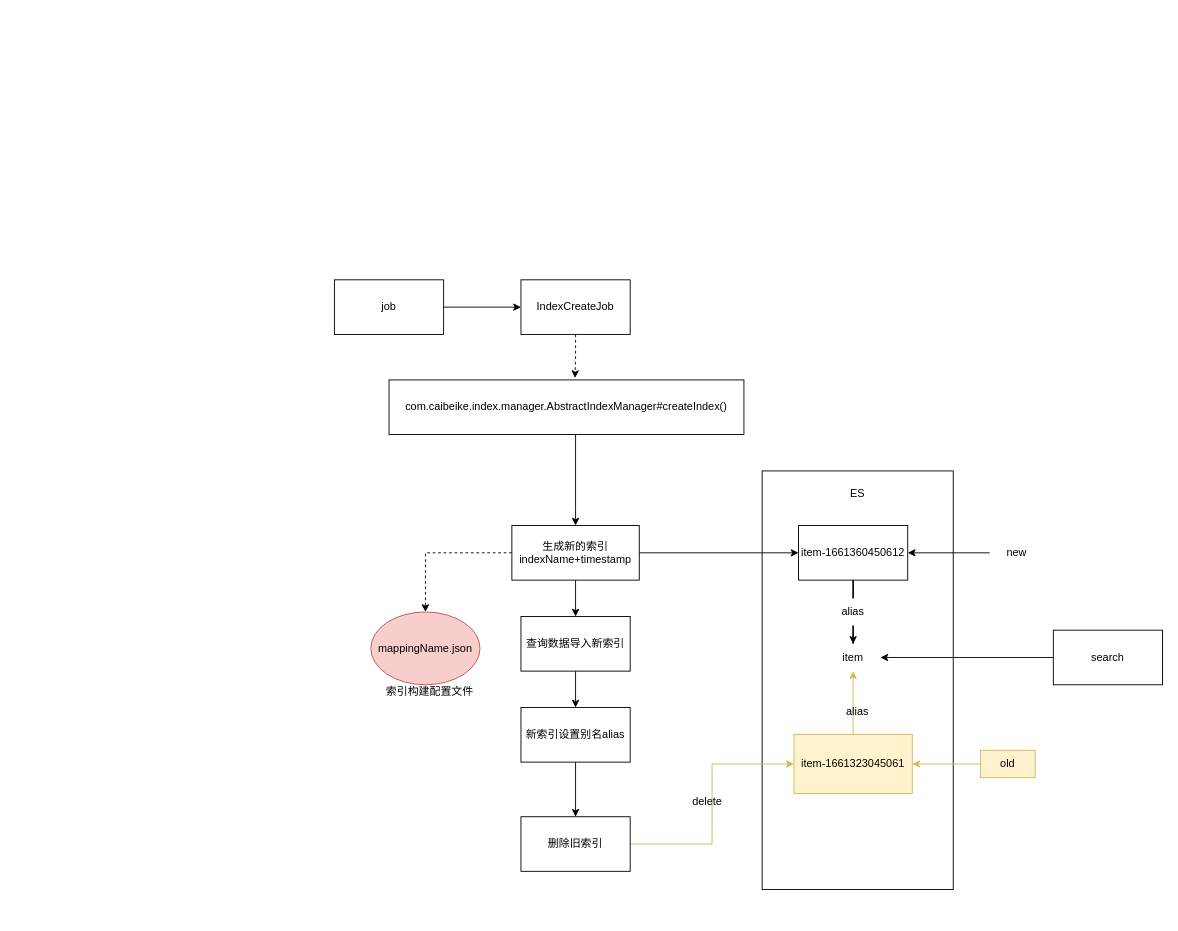
Above: drawio/caibeike/彩贝壳ES索引定时全量更新流程.drawio in JAi-Li/document (draw.io), before the change. Source tidied: cells renumbered, new cells numbered last; positions are measured from the earlier drawing's top-left corner, leaving out a move shared by most shapes. Both pictures are drawn from the tidied source at 91%, with x=0, y=0 at pixel (334, 279).
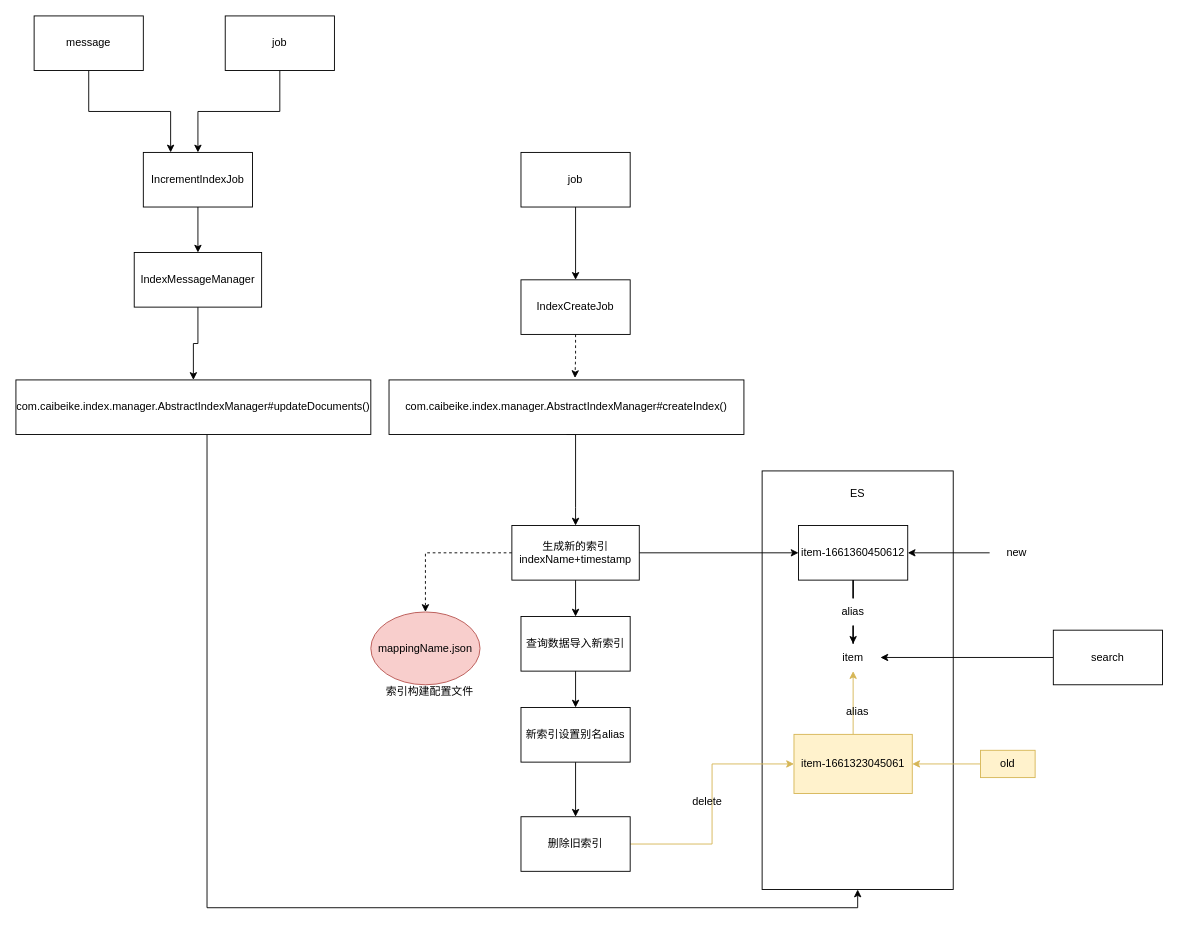
Above is the later version.

Commit message:
更新彩贝壳ES索引定时全量更新流程.drawio

The change refers to these unchanged cells:
```xml
<mxCell id="2" style="rounded=0;whiteSpace=wrap;html=1;" parent="1" vertex="1">
  <mxGeometry x="470" y="210" width="210" height="460" as="geometry" />
</mxCell>
<mxCell id="36" value="IndexCreateJob" style="rounded=0;whiteSpace=wrap;html=1;fontColor=#000000;" parent="1" vertex="1">
  <mxGeometry x="205" width="120" height="60" as="geometry" />
</mxCell>
```

The edit, as a diff of the source:
```diff
@@
-    <mxCell id="3" style="edgeStyle=orthogonalEdgeStyle;rounded=0;jettySize=auto;html=1;entryX=0;entryY=0.5;entryDx=0;entryDy=0;" parent="1" edge="1" source="4" target="36">
-      <mxGeometry relative="1" as="geometry">
-        <Array as="points">
-          <mxPoint x="10" y="30" />
-        </Array>
-      </mxGeometry>
+    <mxCell id="3" style="edgeStyle=orthogonalEdgeStyle;rounded=0;jettySize=auto;html=1;" parent="1" edge="1" source="4" target="36">
+      <mxGeometry relative="1" as="geometry" />
     </mxCell>
     <mxCell id="4" value="job" style="rounded=0;whiteSpace=wrap;html=1;" parent="1" vertex="1">
-      <mxGeometry width="120" height="60" as="geometry" />
+      <mxGeometry x="205" y="-140" width="120" height="60" as="geometry" />
     </mxCell>
@@
+    <mxCell id="37" style="edgeStyle=orthogonalEdgeStyle;rounded=0;jettySize=auto;html=1;" parent="1" edge="1" source="38" target="44">
+      <mxGeometry relative="1" as="geometry" />
+    </mxCell>
+    <mxCell id="38" value="IncrementIndexJob" style="rounded=0;whiteSpace=wrap;html=1;" parent="1" vertex="1">
+      <mxGeometry x="-210" y="-140" width="120" height="60" as="geometry" />
+    </mxCell>
+    <mxCell id="39" style="edgeStyle=orthogonalEdgeStyle;rounded=0;jettySize=auto;html=1;" parent="1" edge="1" source="40" target="38">
+      <mxGeometry relative="1" as="geometry" />
+    </mxCell>
+    <mxCell id="40" value="job" style="rounded=0;whiteSpace=wrap;html=1;" parent="1" vertex="1">
+      <mxGeometry x="-120" y="-290" width="120" height="60" as="geometry" />
+    </mxCell>
+    <mxCell id="41" style="edgeStyle=orthogonalEdgeStyle;rounded=0;jettySize=auto;html=1;entryX=0.25;entryY=0;entryDx=0;entryDy=0;" parent="1" edge="1" source="42" target="38">
+      <mxGeometry relative="1" as="geometry" />
+    </mxCell>
+    <mxCell id="42" value="message" style="rounded=0;whiteSpace=wrap;html=1;" parent="1" vertex="1">
+      <mxGeometry x="-330" y="-290" width="120" height="60" as="geometry" />
+    </mxCell>
+    <mxCell id="43" style="edgeStyle=orthogonalEdgeStyle;rounded=0;jettySize=auto;html=1;" parent="1" edge="1" source="44" target="46">
+      <mxGeometry relative="1" as="geometry" />
+    </mxCell>
+    <mxCell id="44" value="IndexMessageManager" style="rounded=0;whiteSpace=wrap;html=1;" parent="1" vertex="1">
+      <mxGeometry x="-220" y="-30" width="140" height="60" as="geometry" />
+    </mxCell>
+    <mxCell id="45" style="edgeStyle=orthogonalEdgeStyle;rounded=0;jettySize=auto;html=1;entryX=0.5;entryY=1;entryDx=0;entryDy=0;" parent="1" edge="1" source="46" target="2">
+      <mxGeometry relative="1" as="geometry">
+        <Array as="points">
+          <mxPoint x="-140" y="690" />
+          <mxPoint x="575" y="690" />
+        </Array>
+      </mxGeometry>
+    </mxCell>
+    <mxCell id="46" value="com.caibeike.index.manager.AbstractIndexManager#updateDocuments()" style="whiteSpace=wrap;html=1;rounded=0;" parent="1" vertex="1">
+      <mxGeometry x="-350" y="110" width="390" height="60" as="geometry" />
+    </mxCell>
```
